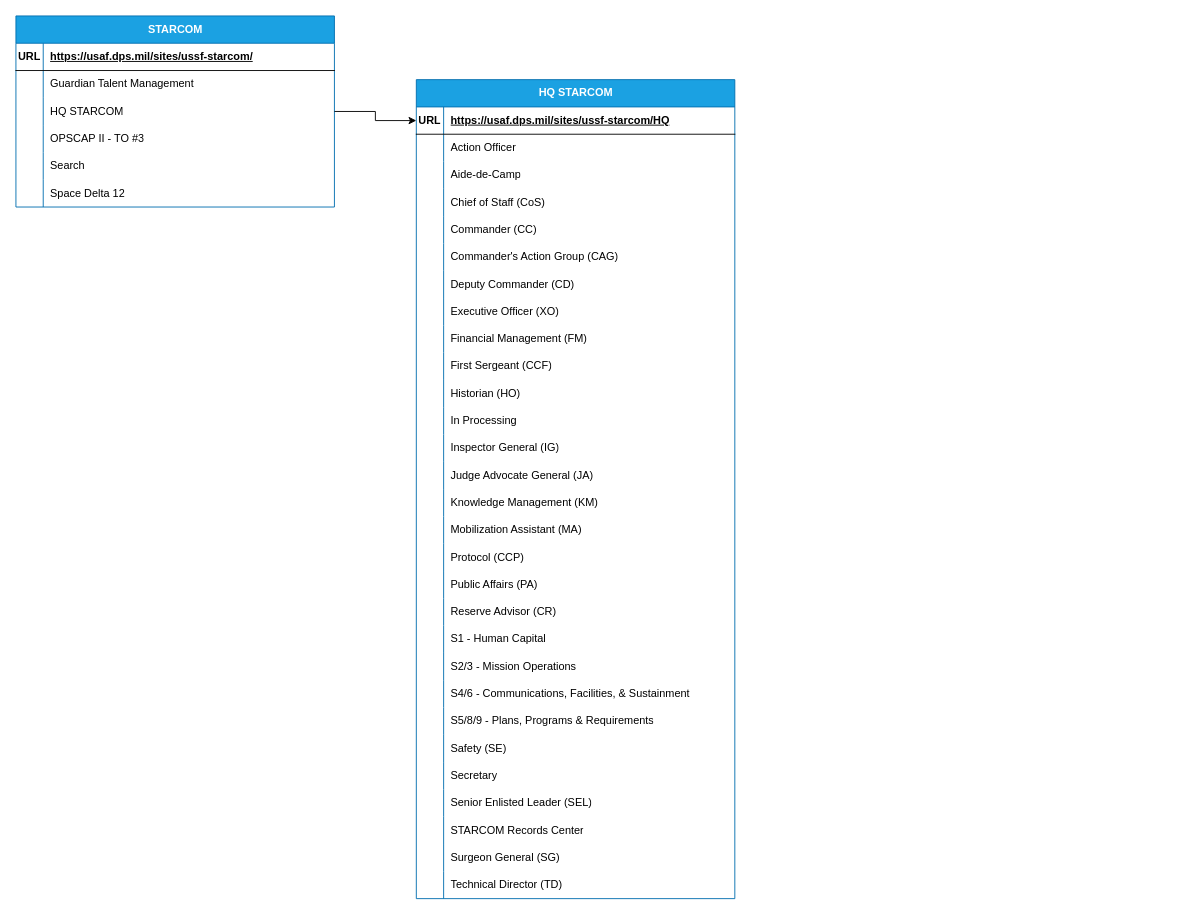
Above: Untitled Diagram.drawio in TeaganGilbert/demo-repo (draw.io), before the change. Source tidied: cells renumbered, new cells numbered last; positions are measured from the earlier drawing's top-left corner, leaving out a move shared by most shapes. Both pictures are drawn from the tidied source at 91%, with x=0, y=0 at pixel (15, 15).
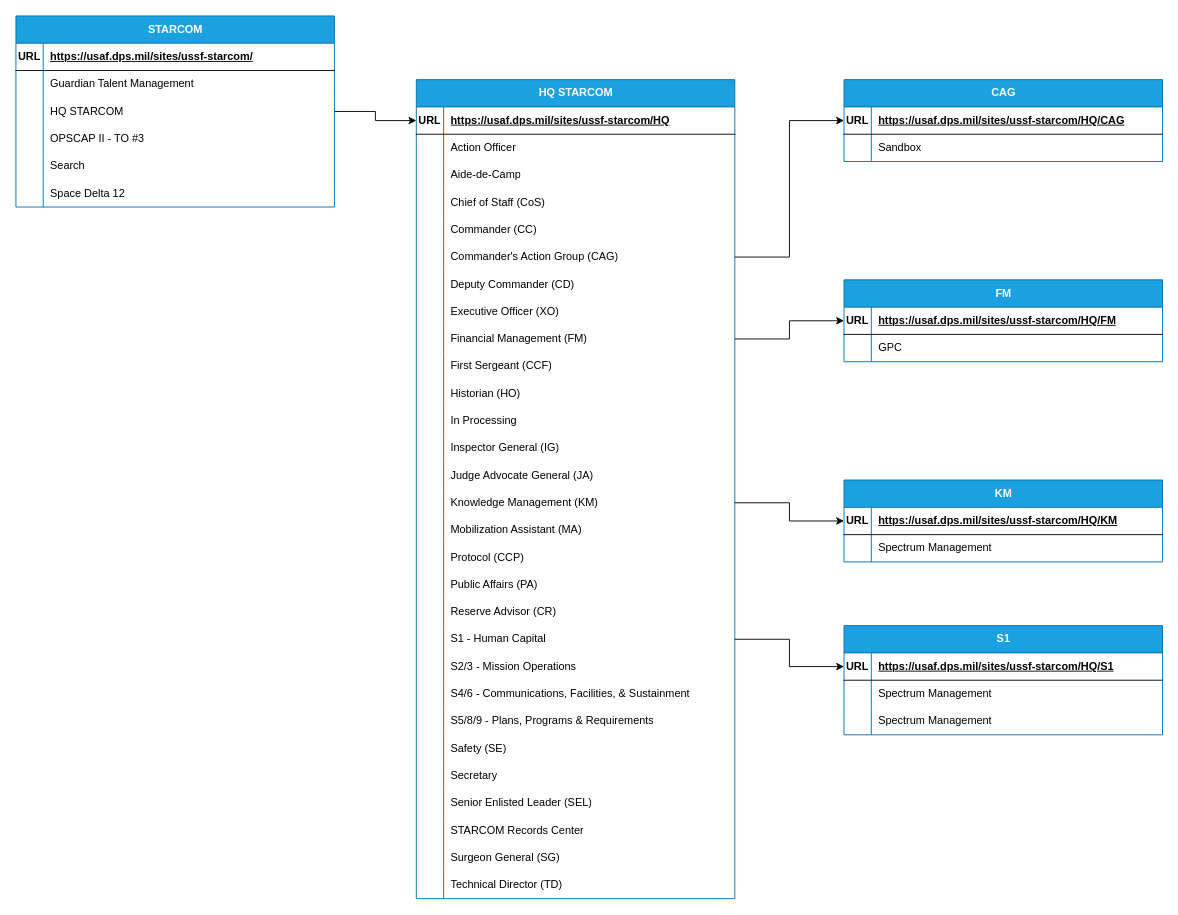
Above is the later version.

The change refers to these unchanged cells:
```xml
<mxCell id="37" style="shape=tableRow;horizontal=0;startSize=0;swimlaneHead=0;swimlaneBody=0;fillColor=none;points=[[0,0.5],[1,0.5]];portConstraint=eastwest;top=0;left=0;right=0;bottom=0;" parent="21" vertex="1">
  <mxGeometry y="180" width="350" height="30" as="geometry" />
</mxCell>
<mxCell id="46" style="shape=tableRow;horizontal=0;startSize=0;swimlaneHead=0;swimlaneBody=0;fillColor=none;points=[[0,0.5],[1,0.5]];portConstraint=eastwest;top=0;left=0;right=0;bottom=0;" parent="21" vertex="1">
  <mxGeometry y="270" width="350" height="30" as="geometry" />
</mxCell>
<mxCell id="64" style="shape=tableRow;horizontal=0;startSize=0;swimlaneHead=0;swimlaneBody=0;fillColor=none;points=[[0,0.5],[1,0.5]];portConstraint=eastwest;top=0;left=0;right=0;bottom=0;" parent="21" vertex="1">
  <mxGeometry y="450" width="350" height="30" as="geometry" />
</mxCell>
<mxCell id="79" style="shape=tableRow;horizontal=0;startSize=0;swimlaneHead=0;swimlaneBody=0;fillColor=none;points=[[0,0.5],[1,0.5]];portConstraint=eastwest;top=0;left=0;right=0;bottom=0;" parent="21" vertex="1">
  <mxGeometry y="600" width="350" height="30" as="geometry" />
</mxCell>
```

Diff of the diagram source:
```diff
@@
+    <mxCell id="110" value="CAG" style="shape=table;startSize=30;childLayout=tableLayout;rowLines=0;fontStyle=1;align=center;html=1;fillColor=#1ba1e2;fontColor=#ffffff;strokeColor=#006EAF;" parent="1" vertex="1">
+      <mxGeometry x="910" y="70" width="350" height="90" as="geometry" />
+    </mxCell>
+    <mxCell id="111" style="shape=tableRow;horizontal=0;startSize=0;swimlaneHead=0;swimlaneBody=0;fillColor=none;points=[[0,0.5],[1,0.5]];portConstraint=eastwest;top=0;left=0;right=0;bottom=1;" parent="110" vertex="1">
+      <mxGeometry y="30" width="350" height="30" as="geometry" />
+    </mxCell>
+    <mxCell id="112" value="URL" style="shape=partialRectangle;fillColor=none;top=0;left=0;bottom=0;right=0;fontStyle=1;overflow=hidden;whiteSpace=wrap;html=1;" parent="111" vertex="1">
+      <mxGeometry width="30" height="30" as="geometry" />
+    </mxCell>
+    <mxCell id="113" value="https://usaf.dps.mil/sites/ussf-starcom/HQ/CAG" style="shape=partialRectangle;fillColor=none;top=0;left=0;bottom=0;right=0;align=left;spacingLeft=6;fontStyle=5;overflow=hidden;whiteSpace=wrap;html=1;" parent="111" vertex="1">
+      <mxGeometry x="30" width="320" height="30" as="geometry" />
+    </mxCell>
+    <mxCell id="114" style="shape=tableRow;horizontal=0;startSize=0;swimlaneHead=0;swimlaneBody=0;fillColor=none;top=0;left=0;right=0;bottom=0;" parent="110" vertex="1">
+      <mxGeometry y="60" width="350" height="30" as="geometry" />
+    </mxCell>
+    <mxCell id="115" style="shape=partialRectangle;fillColor=none;top=0;left=0;bottom=0;right=0;overflow=hidden;whiteSpace=wrap;html=1;" parent="114" vertex="1">
+      <mxGeometry width="30" height="30" as="geometry" />
+    </mxCell>
+    <mxCell id="116" value="Sandbox" style="shape=partialRectangle;fillColor=none;top=0;left=0;bottom=0;right=0;align=left;spacingLeft=6;overflow=hidden;whiteSpace=wrap;html=1;" parent="114" vertex="1">
+      <mxGeometry x="30" width="320" height="30" as="geometry" />
+    </mxCell>
+    <mxCell id="117" style="endArrow=classic;html=1;rounded=0;exitX=1;exitY=0.5;exitDx=0;exitDy=0;entryX=0;entryY=0.5;entryDx=0;entryDy=0;edgeStyle=orthogonalEdgeStyle;" parent="1" edge="1" source="37" target="111">
+      <mxGeometry relative="1" as="geometry" />
+    </mxCell>
+    <mxCell id="118" value="FM" style="shape=table;startSize=30;childLayout=tableLayout;rowLines=0;fontStyle=1;align=center;html=1;fillColor=#1ba1e2;fontColor=#ffffff;strokeColor=#006EAF;" parent="1" vertex="1">
+      <mxGeometry x="910" y="290" width="350" height="90" as="geometry" />
+    </mxCell>
+    <mxCell id="119" style="shape=tableRow;horizontal=0;startSize=0;swimlaneHead=0;swimlaneBody=0;fillColor=none;points=[[0,0.5],[1,0.5]];portConstraint=eastwest;top=0;left=0;right=0;bottom=1;" parent="118" vertex="1">
+      <mxGeometry y="30" width="350" height="30" as="geometry" />
+    </mxCell>
+    <mxCell id="120" value="URL" style="shape=partialRectangle;fillColor=none;top=0;left=0;bottom=0;right=0;fontStyle=1;overflow=hidden;whiteSpace=wrap;html=1;" parent="119" vertex="1">
+      <mxGeometry width="30" height="30" as="geometry" />
+    </mxCell>
+    <mxCell id="121" value="https://usaf.dps.mil/sites/ussf-starcom/HQ/FM" style="shape=partialRectangle;fillColor=none;top=0;left=0;bottom=0;right=0;align=left;spacingLeft=6;fontStyle=5;overflow=hidden;whiteSpace=wrap;html=1;" parent="119" vertex="1">
+      <mxGeometry x="30" width="320" height="30" as="geometry" />
+    </mxCell>
+    <mxCell id="122" style="shape=tableRow;horizontal=0;startSize=0;swimlaneHead=0;swimlaneBody=0;fillColor=none;top=0;left=0;right=0;bottom=0;" parent="118" vertex="1">
+      <mxGeometry y="60" width="350" height="30" as="geometry" />
+    </mxCell>
+    <mxCell id="123" style="shape=partialRectangle;fillColor=none;top=0;left=0;bottom=0;right=0;overflow=hidden;whiteSpace=wrap;html=1;" parent="122" vertex="1">
+      <mxGeometry width="30" height="30" as="geometry" />
+    </mxCell>
+    <mxCell id="124" value="GPC" style="shape=partialRectangle;fillColor=none;top=0;left=0;bottom=0;right=0;align=left;spacingLeft=6;overflow=hidden;whiteSpace=wrap;html=1;" parent="122" vertex="1">
+      <mxGeometry x="30" width="320" height="30" as="geometry" />
+    </mxCell>
+    <mxCell id="125" style="endArrow=classic;html=1;rounded=0;exitX=1;exitY=0.5;exitDx=0;exitDy=0;entryX=0;entryY=0.5;entryDx=0;entryDy=0;edgeStyle=orthogonalEdgeStyle;" parent="1" edge="1" source="46" target="119">
+      <mxGeometry relative="1" as="geometry" />
+    </mxCell>
+    <mxCell id="126" value="KM" style="shape=table;startSize=30;childLayout=tableLayout;rowLines=0;fontStyle=1;align=center;html=1;fillColor=#1ba1e2;fontColor=#ffffff;strokeColor=#006EAF;" parent="1" vertex="1">
+      <mxGeometry x="910" y="510" width="350" height="90" as="geometry" />
+    </mxCell>
+    <mxCell id="127" style="shape=tableRow;horizontal=0;startSize=0;swimlaneHead=0;swimlaneBody=0;fillColor=none;points=[[0,0.5],[1,0.5]];portConstraint=eastwest;top=0;left=0;right=0;bottom=1;" parent="126" vertex="1">
+      <mxGeometry y="30" width="350" height="30" as="geometry" />
+    </mxCell>
+    <mxCell id="128" value="URL" style="shape=partialRectangle;fillColor=none;top=0;left=0;bottom=0;right=0;fontStyle=1;overflow=hidden;whiteSpace=wrap;html=1;" parent="127" vertex="1">
+      <mxGeometry width="30" height="30" as="geometry" />
+    </mxCell>
+    <mxCell id="129" value="https://usaf.dps.mil/sites/ussf-starcom/HQ/KM" style="shape=partialRectangle;fillColor=none;top=0;left=0;bottom=0;right=0;align=left;spacingLeft=6;fontStyle=5;overflow=hidden;whiteSpace=wrap;html=1;" parent="127" vertex="1">
+      <mxGeometry x="30" width="320" height="30" as="geometry" />
+    </mxCell>
+    <mxCell id="130" style="shape=tableRow;horizontal=0;startSize=0;swimlaneHead=0;swimlaneBody=0;fillColor=none;top=0;left=0;right=0;bottom=0;" parent="126" vertex="1">
+      <mxGeometry y="60" width="350" height="30" as="geometry" />
+    </mxCell>
+    <mxCell id="131" style="shape=partialRectangle;fillColor=none;top=0;left=0;bottom=0;right=0;overflow=hidden;whiteSpace=wrap;html=1;" parent="130" vertex="1">
+      <mxGeometry width="30" height="30" as="geometry" />
+    </mxCell>
+    <mxCell id="132" value="Spectrum Management" style="shape=partialRectangle;fillColor=none;top=0;left=0;bottom=0;right=0;align=left;spacingLeft=6;overflow=hidden;whiteSpace=wrap;html=1;" parent="130" vertex="1">
+      <mxGeometry x="30" width="320" height="30" as="geometry" />
+    </mxCell>
+    <mxCell id="133" style="endArrow=classic;html=1;rounded=0;exitX=1;exitY=0.5;exitDx=0;exitDy=0;entryX=0;entryY=0.5;entryDx=0;entryDy=0;edgeStyle=orthogonalEdgeStyle;" parent="1" edge="1" source="64" target="127">
+      <mxGeometry relative="1" as="geometry" />
+    </mxCell>
+    <mxCell id="134" value="S1" style="shape=table;startSize=30;childLayout=tableLayout;rowLines=0;fontStyle=1;align=center;html=1;fillColor=#1ba1e2;fontColor=#ffffff;strokeColor=#006EAF;" parent="1" vertex="1">
+      <mxGeometry x="910" y="670" width="350" height="120" as="geometry" />
+    </mxCell>
+    <mxCell id="135" style="shape=tableRow;horizontal=0;startSize=0;swimlaneHead=0;swimlaneBody=0;fillColor=none;points=[[0,0.5],[1,0.5]];portConstraint=eastwest;top=0;left=0;right=0;bottom=1;" parent="134" vertex="1">
+      <mxGeometry y="30" width="350" height="30" as="geometry" />
+    </mxCell>
+    <mxCell id="136" value="URL" style="shape=partialRectangle;fillColor=none;top=0;left=0;bottom=0;right=0;fontStyle=1;overflow=hidden;whiteSpace=wrap;html=1;" parent="135" vertex="1">
+      <mxGeometry width="30" height="30" as="geometry" />
+    </mxCell>
+    <mxCell id="137" value="https://usaf.dps.mil/sites/ussf-starcom/HQ/S1" style="shape=partialRectangle;fillColor=none;top=0;left=0;bottom=0;right=0;align=left;spacingLeft=6;fontStyle=5;overflow=hidden;whiteSpace=wrap;html=1;" parent="135" vertex="1">
+      <mxGeometry x="30" width="320" height="30" as="geometry" />
+    </mxCell>
+    <mxCell id="138" style="shape=tableRow;horizontal=0;startSize=0;swimlaneHead=0;swimlaneBody=0;fillColor=none;top=0;left=0;right=0;bottom=0;" parent="134" vertex="1">
+      <mxGeometry y="60" width="350" height="30" as="geometry" />
+    </mxCell>
+    <mxCell id="139" style="shape=partialRectangle;fillColor=none;top=0;left=0;bottom=0;right=0;overflow=hidden;whiteSpace=wrap;html=1;" parent="138" vertex="1">
+      <mxGeometry width="30" height="30" as="geometry" />
+    </mxCell>
+    <mxCell id="140" value="Spectrum Management" style="shape=partialRectangle;fillColor=none;top=0;left=0;bottom=0;right=0;align=left;spacingLeft=6;overflow=hidden;whiteSpace=wrap;html=1;" parent="138" vertex="1">
+      <mxGeometry x="30" width="320" height="30" as="geometry" />
+    </mxCell>
+    <mxCell id="141" style="shape=tableRow;horizontal=0;startSize=0;swimlaneHead=0;swimlaneBody=0;fillColor=none;top=0;left=0;right=0;bottom=0;" parent="134" vertex="1">
+      <mxGeometry y="90" width="350" height="30" as="geometry" />
+    </mxCell>
+    <mxCell id="142" style="shape=partialRectangle;fillColor=none;top=0;left=0;bottom=0;right=0;overflow=hidden;whiteSpace=wrap;html=1;" parent="141" vertex="1">
+      <mxGeometry width="30" height="30" as="geometry" />
+    </mxCell>
+    <mxCell id="143" value="Spectrum Management" style="shape=partialRectangle;fillColor=none;top=0;left=0;bottom=0;right=0;align=left;spacingLeft=6;overflow=hidden;whiteSpace=wrap;html=1;" parent="141" vertex="1">
+      <mxGeometry x="30" width="320" height="30" as="geometry" />
+    </mxCell>
+    <mxCell id="144" style="endArrow=classic;html=1;rounded=0;exitX=1;exitY=0.5;exitDx=0;exitDy=0;entryX=0;entryY=0.5;entryDx=0;entryDy=0;edgeStyle=orthogonalEdgeStyle;" parent="1" edge="1" source="79" target="135">
+      <mxGeometry relative="1" as="geometry" />
+    </mxCell>
```
